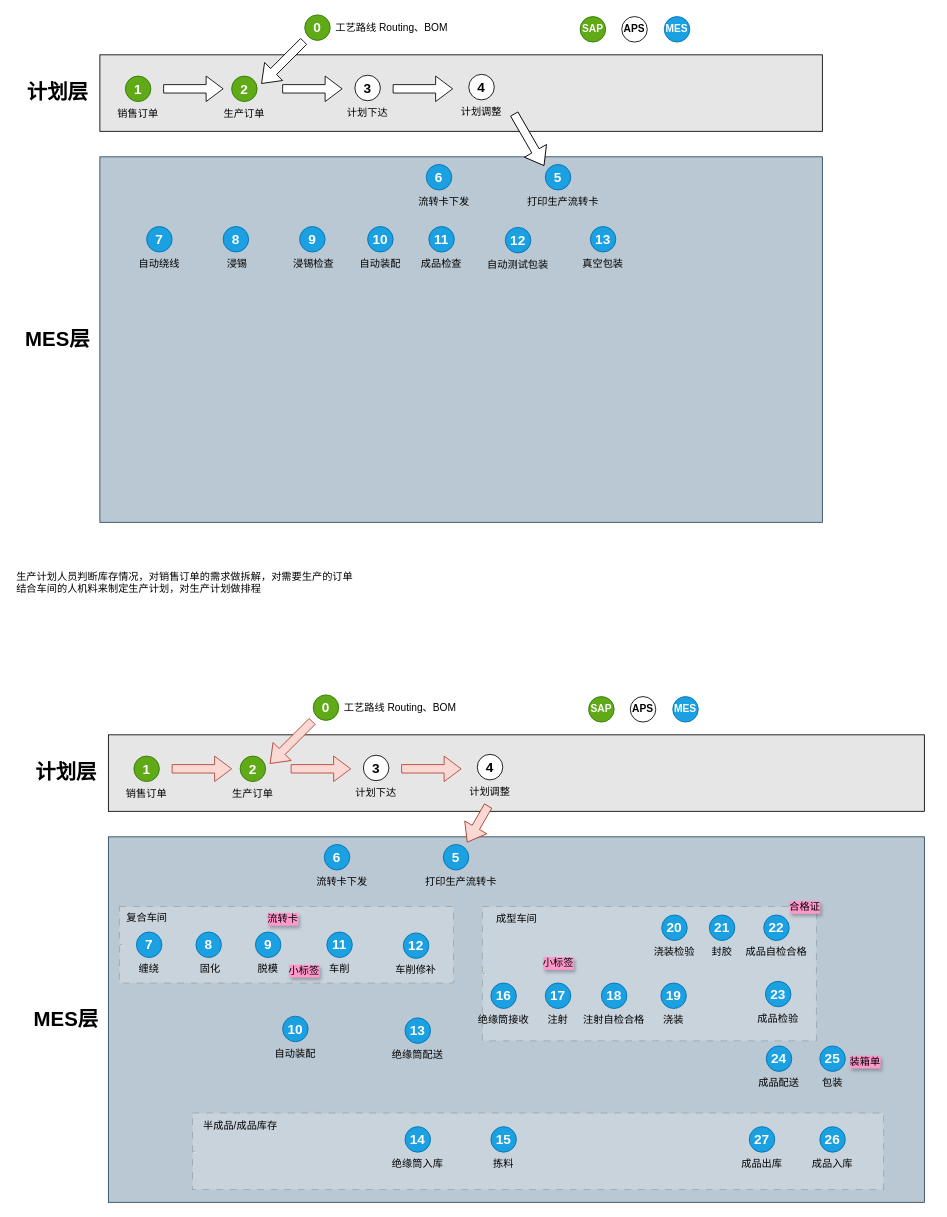
CJyoung524/DrawIO keeps this draw.io diagram as MES.drawio. Above is the earlier version. Source tidied: cells renumbered, new cells numbered last; positions are measured from the earlier drawing's top-left corner, leaving out a move shared by most shapes. Both pictures are drawn from the tidied source at 85%, with x=0, y=0 at pixel (14, 14).
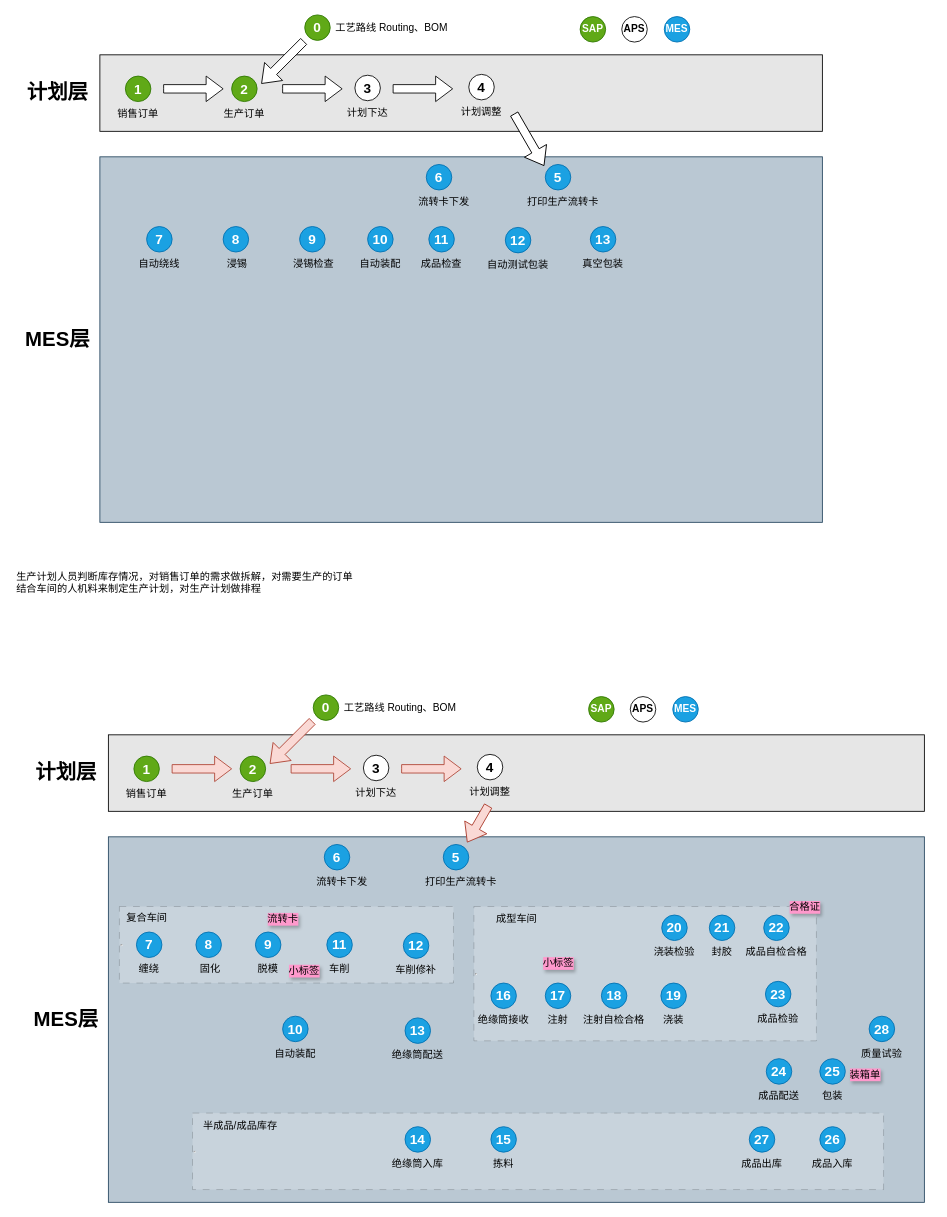
Above is the later version.

Diff of the diagram source:
```diff
@@
     <mxCell id="4" value="&lt;hr&gt;" style="rounded=0;whiteSpace=wrap;html=1;dashed=1;opacity=20;align=left;dashPattern=8 8;" parent="1" vertex="1">
-      <mxGeometry x="550" y="1049" width="393" height="158" as="geometry" />
+      <mxGeometry x="540" y="1049" width="403" height="158" as="geometry" />
     </mxCell>
@@
     <mxCell id="176" style="group;" parent="1" vertex="1">
-      <mxGeometry x="869" y="1212" width="90" height="60" as="geometry" />
+      <mxGeometry x="869" y="1227" width="90" height="60" as="geometry" />
     </mxCell>
@@
     <mxCell id="180" style="group;" parent="1" vertex="1">
-      <mxGeometry x="932" y="1212" width="98" height="60" as="geometry" />
+      <mxGeometry x="932" y="1227" width="98" height="60" as="geometry" />
     </mxCell>
@@
+    <mxCell id="200" style="group;" parent="1" vertex="1">
+      <mxGeometry x="990" y="1177" width="90" height="60" as="geometry" />
+    </mxCell>
+    <mxCell id="201" style="group;" parent="200" vertex="1">
+      <mxGeometry width="90" height="60" as="geometry" />
+    </mxCell>
+    <mxCell id="202" value="质量试验" style="text;html=1;align=center;verticalAlign=middle;whiteSpace=wrap;rounded=0;" parent="201" vertex="1">
+      <mxGeometry x="-15" y="30" width="90" height="30" as="geometry" />
+    </mxCell>
+    <mxCell id="203" value="28" style="ellipse;whiteSpace=wrap;html=1;rotation=0;gradientDirection=east;rounded=0;fontFamily=Helvetica;fontSize=16;spacingTop=4;spacingBottom=4;spacingLeft=4;spacingRight=4;fontStyle=1;fillColor=#1ba1e2;fontColor=#ffffff;strokeColor=#006EAF;" parent="200" vertex="1">
+      <mxGeometry x="15" y="1" width="30" height="30" as="geometry" />
+    </mxCell>
```
